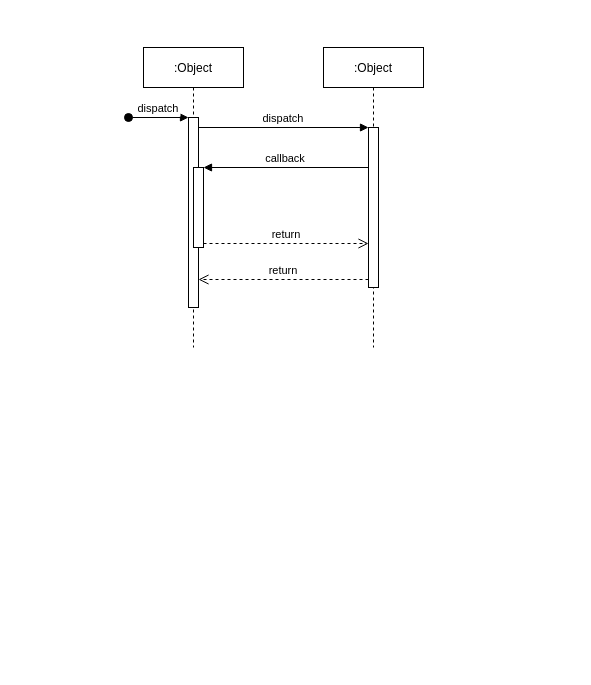
This is OOAD DIAGRAM/SequenceDiagram.drawio from Jerald13/SemV2-Drawio, a draw.io file, before an edit. Source tidied: cells renumbered, new cells numbered last; positions are measured from the earlier drawing's top-left corner, leaving out a move shared by most shapes. Both pictures are drawn from the tidied source at 100%, with x=0, y=0 at pixel (128, 47).
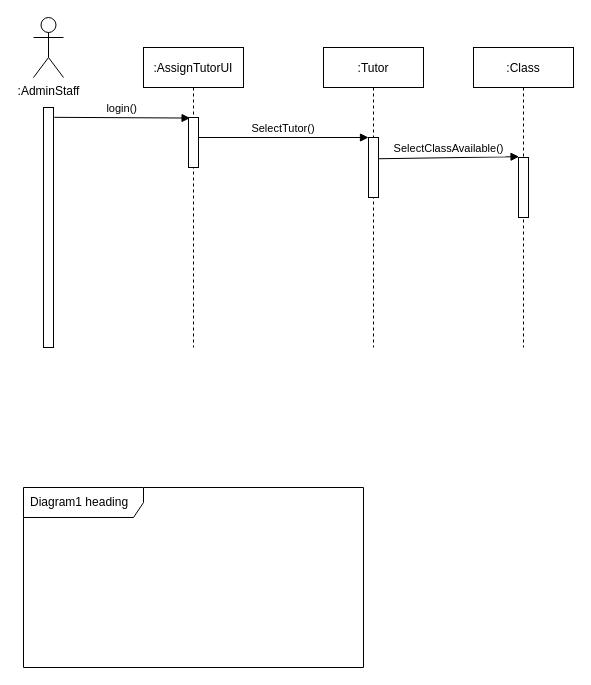
After the change.

Diff of the diagram source:
```diff
@@
 <mxGraphModel>
   <root>
     <mxCell id="0" />
     <mxCell id="1" parent="0" />
-    <mxCell id="2" value=":Object" style="shape=umlLifeline;perimeter=lifelinePerimeter;rounded=0;shadow=0;strokeWidth=1;" parent="1" vertex="1">
+    <mxCell id="2" value=":AssignTutorUI" style="shape=umlLifeline;perimeter=lifelinePerimeter;rounded=0;shadow=0;strokeWidth=1;" parent="1" vertex="1">
       <mxGeometry x="15" width="100" height="300" as="geometry" />
     </mxCell>
     <mxCell id="3" style="points=[];perimeter=orthogonalPerimeter;rounded=0;shadow=0;strokeWidth=1;" parent="2" vertex="1">
-      <mxGeometry x="45" y="70" width="10" height="190" as="geometry" />
+      <mxGeometry x="45" y="70" width="10" height="50" as="geometry" />
     </mxCell>
-    <mxCell id="4" value="dispatch" style="verticalAlign=bottom;startArrow=oval;endArrow=block;startSize=8;shadow=0;strokeWidth=1;" parent="2" edge="1" target="3">
-      <mxGeometry relative="1" as="geometry">
-        <mxPoint x="-15" y="70" as="sourcePoint" />
-      </mxGeometry>
-    </mxCell>
-    <mxCell id="5" style="points=[];perimeter=orthogonalPerimeter;rounded=0;shadow=0;strokeWidth=1;" parent="2" vertex="1">
-      <mxGeometry x="50" y="120" width="10" height="80" as="geometry" />
-    </mxCell>
-    <mxCell id="6" value=":Object" style="shape=umlLifeline;perimeter=lifelinePerimeter;rounded=0;shadow=0;strokeWidth=1;" parent="1" vertex="1">
+    <mxCell id="6" value=":Tutor" style="shape=umlLifeline;perimeter=lifelinePerimeter;rounded=0;shadow=0;strokeWidth=1;" parent="1" vertex="1">
       <mxGeometry x="195" width="100" height="300" as="geometry" />
     </mxCell>
     <mxCell id="7" style="points=[];perimeter=orthogonalPerimeter;rounded=0;shadow=0;strokeWidth=1;" parent="6" vertex="1">
-      <mxGeometry x="45" y="80" width="10" height="160" as="geometry" />
+      <mxGeometry x="45" y="90" width="10" height="60" as="geometry" />
     </mxCell>
-    <mxCell id="8" value="return" style="verticalAlign=bottom;endArrow=open;dashed=1;endSize=8;exitX=0;exitY=0.95;shadow=0;strokeWidth=1;" parent="1" edge="1" source="7" target="3">
-      <mxGeometry relative="1" as="geometry" />
-    </mxCell>
-    <mxCell id="9" value="dispatch" style="verticalAlign=bottom;endArrow=block;entryX=0;entryY=0;shadow=0;strokeWidth=1;" parent="1" edge="1" source="3" target="7">
+    <mxCell id="9" value="SelectTutor()" style="verticalAlign=bottom;endArrow=block;entryX=0;entryY=0;shadow=0;strokeWidth=1;" parent="1" edge="1" source="3" target="7">
       <mxGeometry relative="1" as="geometry" />
     </mxCell>
-    <mxCell id="10" value="callback" style="verticalAlign=bottom;endArrow=block;entryX=1;entryY=0;shadow=0;strokeWidth=1;" parent="1" edge="1" source="7" target="5">
-      <mxGeometry relative="1" as="geometry" />
-    </mxCell>
-    <mxCell id="11" value="return" style="verticalAlign=bottom;endArrow=open;dashed=1;endSize=8;exitX=1;exitY=0.95;shadow=0;strokeWidth=1;" parent="1" edge="1" source="5" target="7">
-      <mxGeometry relative="1" as="geometry" />
-    </mxCell>
+    <mxCell id="12" value="Diagram1 heading" style="shape=umlFrame;whiteSpace=wrap;html=1;width=120;height=30;boundedLbl=1;verticalAlign=middle;align=left;spacingLeft=5;strokeColor=default;gradientColor=none;" parent="1" vertex="1">
+      <mxGeometry x="-105" y="440" width="340" height="180" as="geometry" />
+    </mxCell>
+    <mxCell id="13" value=":AdminStaff" style="shape=umlActor;verticalLabelPosition=bottom;verticalAlign=top;html=1;strokeColor=default;gradientColor=none;" parent="1" vertex="1">
+      <mxGeometry x="-95" y="-30" width="30" height="60" as="geometry" />
+    </mxCell>
+    <mxCell id="14" style="points=[];perimeter=orthogonalPerimeter;rounded=0;shadow=0;strokeWidth=1;" parent="1" vertex="1">
+      <mxGeometry x="-85" y="60" width="10" height="240" as="geometry" />
+    </mxCell>
+    <mxCell id="15" value=":Class" style="shape=umlLifeline;perimeter=lifelinePerimeter;rounded=0;shadow=0;strokeWidth=1;" parent="1" vertex="1">
+      <mxGeometry x="345" width="100" height="300" as="geometry" />
+    </mxCell>
+    <mxCell id="16" style="points=[];perimeter=orthogonalPerimeter;rounded=0;shadow=0;strokeWidth=1;" parent="15" vertex="1">
+      <mxGeometry x="45" y="110" width="10" height="60" as="geometry" />
+    </mxCell>
+    <mxCell id="17" value="login()" style="verticalAlign=bottom;endArrow=block;entryX=0.159;entryY=0.011;shadow=0;strokeWidth=1;entryDx=0;entryDy=0;entryPerimeter=0;exitX=1.072;exitY=0.041;exitDx=0;exitDy=0;exitPerimeter=0;" parent="1" edge="1" source="14" target="3">
+      <mxGeometry relative="1" as="geometry" />
+    </mxCell>
+    <mxCell id="18" value="SelectClassAvailable()" style="verticalAlign=bottom;endArrow=block;entryX=0.055;entryY=-0.014;shadow=0;strokeWidth=1;entryDx=0;entryDy=0;entryPerimeter=0;exitX=1.055;exitY=0.354;exitDx=0;exitDy=0;exitPerimeter=0;" parent="1" edge="1" source="7" target="16">
+      <mxGeometry relative="1" as="geometry" />
+    </mxCell>
   </root>
 </mxGraphModel>
```
